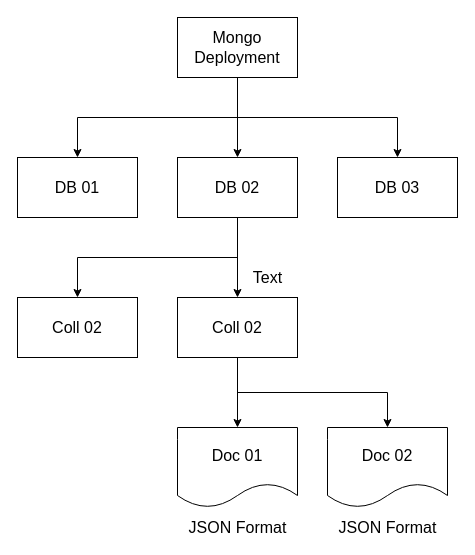
This is page "Page-10" (10 of 11) of refs/diagrams.drawio from synergy2411/citius-nov-dec-21, a draw.io file, before an edit. Source tidied: cells renumbered, new cells numbered last; positions are measured from the earlier drawing's top-left corner, leaving out a move shared by most shapes. Both pictures are drawn from the tidied source at 100%, with x=0, y=0 at pixel (17, 17).
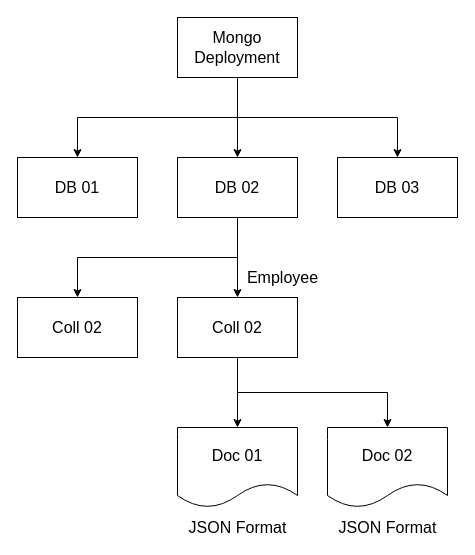
Above is the later version.

Change to the diagram source:
```diff
@@
 <mxGraphModel>
   <root>
     <mxCell id="0" />
     <mxCell id="1" parent="0" />
     <mxCell id="2" style="edgeStyle=orthogonalEdgeStyle;rounded=0;jettySize=auto;html=1;fontSize=16;" parent="1" edge="1" source="5" target="8">
       <mxGeometry relative="1" as="geometry" />
     </mxCell>
     <mxCell id="3" style="edgeStyle=orthogonalEdgeStyle;rounded=0;jettySize=auto;html=1;exitX=0.5;exitY=1;exitDx=0;exitDy=0;entryX=0.5;entryY=0;entryDx=0;entryDy=0;fontSize=16;" parent="1" edge="1" source="5" target="10">
       <mxGeometry relative="1" as="geometry" />
     </mxCell>
     <mxCell id="4" style="edgeStyle=orthogonalEdgeStyle;rounded=0;jettySize=auto;html=1;exitX=0.5;exitY=1;exitDx=0;exitDy=0;entryX=0.5;entryY=0;entryDx=0;entryDy=0;fontSize=16;" parent="1" edge="1" source="5" target="9">
       <mxGeometry relative="1" as="geometry" />
     </mxCell>
     <mxCell id="5" value="Mongo Deployment" style="rounded=0;whiteSpace=wrap;html=1;fontSize=16;" parent="1" vertex="1">
       <mxGeometry x="160" width="120" height="60" as="geometry" />
     </mxCell>
     <mxCell id="6" style="edgeStyle=orthogonalEdgeStyle;rounded=0;jettySize=auto;html=1;fontSize=16;" parent="1" edge="1" source="8" target="13">
       <mxGeometry relative="1" as="geometry" />
     </mxCell>
     <mxCell id="7" style="edgeStyle=orthogonalEdgeStyle;rounded=0;jettySize=auto;html=1;exitX=0.5;exitY=1;exitDx=0;exitDy=0;entryX=0.5;entryY=0;entryDx=0;entryDy=0;fontSize=16;" parent="1" edge="1" source="8" target="14">
       <mxGeometry relative="1" as="geometry" />
     </mxCell>
     <mxCell id="8" value="DB 02" style="rounded=0;whiteSpace=wrap;html=1;fontSize=16;" parent="1" vertex="1">
       <mxGeometry x="160" y="140" width="120" height="60" as="geometry" />
     </mxCell>
     <mxCell id="9" value="DB 03" style="rounded=0;whiteSpace=wrap;html=1;fontSize=16;" parent="1" vertex="1">
       <mxGeometry x="320" y="140" width="120" height="60" as="geometry" />
     </mxCell>
     <mxCell id="10" value="DB 01" style="rounded=0;whiteSpace=wrap;html=1;fontSize=16;" parent="1" vertex="1">
       <mxGeometry y="140" width="120" height="60" as="geometry" />
     </mxCell>
     <mxCell id="11" style="edgeStyle=orthogonalEdgeStyle;rounded=0;jettySize=auto;html=1;fontSize=16;" parent="1" edge="1" source="13" target="15">
       <mxGeometry relative="1" as="geometry" />
     </mxCell>
     <mxCell id="12" style="edgeStyle=orthogonalEdgeStyle;rounded=0;jettySize=auto;html=1;exitX=0.5;exitY=1;exitDx=0;exitDy=0;fontSize=16;" parent="1" edge="1" source="13" target="16">
       <mxGeometry relative="1" as="geometry" />
     </mxCell>
     <mxCell id="13" value="Coll 02" style="rounded=0;whiteSpace=wrap;html=1;fontSize=16;" parent="1" vertex="1">
       <mxGeometry x="160" y="280" width="120" height="60" as="geometry" />
     </mxCell>
     <mxCell id="14" value="Coll 02" style="rounded=0;whiteSpace=wrap;html=1;fontSize=16;" parent="1" vertex="1">
       <mxGeometry y="280" width="120" height="60" as="geometry" />
     </mxCell>
     <mxCell id="15" value="Doc 01" style="shape=document;whiteSpace=wrap;html=1;boundedLbl=1;rounded=0;fontSize=16;" parent="1" vertex="1">
       <mxGeometry x="160" y="410" width="120" height="80" as="geometry" />
     </mxCell>
     <mxCell id="16" value="Doc 02" style="shape=document;whiteSpace=wrap;html=1;boundedLbl=1;rounded=0;fontSize=16;" parent="1" vertex="1">
       <mxGeometry x="310" y="410" width="120" height="80" as="geometry" />
     </mxCell>
     <mxCell id="17" value="JSON Format" style="text;html=1;align=center;verticalAlign=middle;strokeColor=none;fillColor=none;fontSize=16;" parent="1" vertex="1">
       <mxGeometry x="165" y="500" width="110" height="20" as="geometry" />
     </mxCell>
     <mxCell id="18" value="JSON Format" style="text;html=1;align=center;verticalAlign=middle;strokeColor=none;fillColor=none;fontSize=16;" parent="1" vertex="1">
       <mxGeometry x="315" y="500" width="110" height="20" as="geometry" />
     </mxCell>
-    <mxCell id="19" value="Text" style="text;html=1;align=center;verticalAlign=middle;strokeColor=none;fillColor=none;fontSize=16;" parent="1" vertex="1">
-      <mxGeometry x="230" y="250" width="40" height="20" as="geometry" />
+    <mxCell id="19" value="Employee" style="text;html=1;align=center;verticalAlign=middle;strokeColor=none;fillColor=none;fontSize=16;" parent="1" vertex="1">
+      <mxGeometry x="220" y="250" width="90" height="20" as="geometry" />
     </mxCell>
   </root>
 </mxGraphModel>
```
